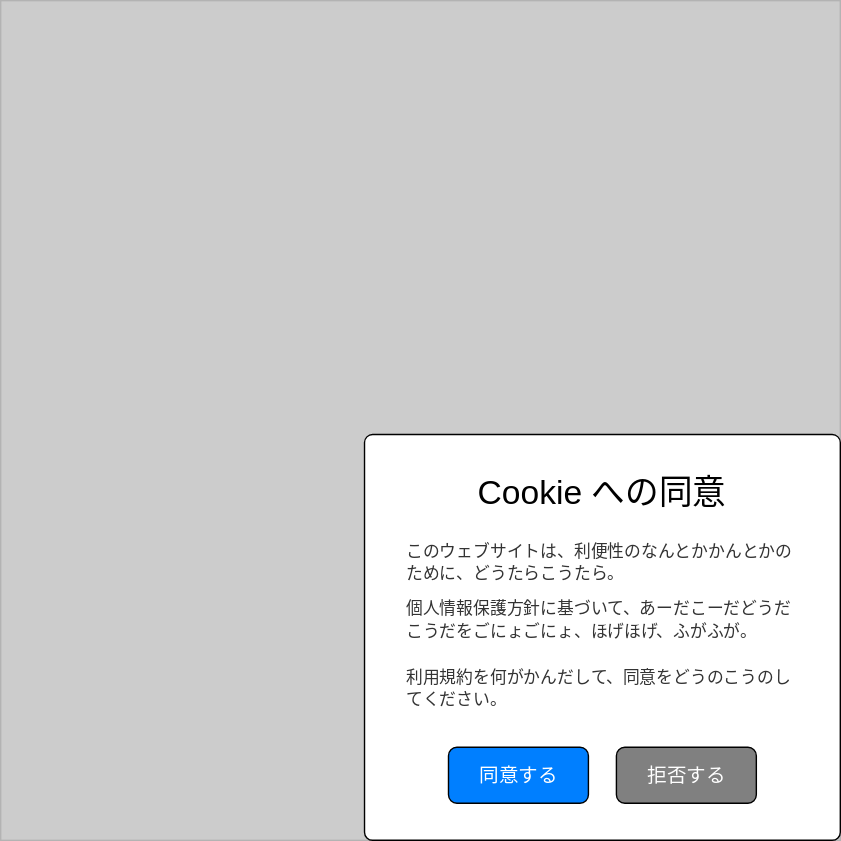
Above: blog.jxck.io/drafts/cookie-notice/cookie-banner-dialog.drawio.svg in Jxck/jxck.io (draw.io), before the change. Source tidied: cells renumbered, new cells last; positions are measured from the earlier drawing's top-left corner, leaving out a move shared by most shapes. Source of this version:
```xml
<mxGraphModel>
  <root>
    <mxCell id="0" />
    <mxCell id="1" parent="0" />
    <mxCell id="2" style="whiteSpace=wrap;html=1;strokeColor=#B3B3B3;fontSize=14;fontColor=#333333;fillColor=#CCCCCC;" parent="1" vertex="1">
      <mxGeometry width="600" height="600" as="geometry" />
    </mxCell>
    <mxCell id="3" style="rounded=1;whiteSpace=wrap;html=1;strokeColor=#000000;fontSize=14;fontColor=#333333;fillColor=#FFFFFF;arcSize=2;" parent="1" vertex="1">
      <mxGeometry x="260" y="310" width="340" height="290" as="geometry" />
    </mxCell>
    <mxCell id="4" value="&lt;font color=&quot;#000000&quot; style=&quot;font-size: 24px;&quot;&gt;Cookie への同意&lt;/font&gt;" style="text;html=1;strokeColor=none;fillColor=none;align=center;verticalAlign=middle;whiteSpace=wrap;rounded=0;" parent="1" vertex="1">
      <mxGeometry x="315" y="336.5" width="230" height="30" as="geometry" />
    </mxCell>
    <mxCell id="5" value="&lt;span style=&quot;color: rgb(51, 51, 51); font-family: Menlo, Monaco, &amp;quot;Courier New&amp;quot;, monospace;&quot;&gt;利用規約を何がかんだして、同意をどうのこうのしてください。&lt;/span&gt;" style="text;html=1;strokeColor=none;fillColor=none;align=left;verticalAlign=middle;whiteSpace=wrap;rounded=0;" parent="1" vertex="1">
      <mxGeometry x="287.5" y="466.5" width="285" height="50" as="geometry" />
    </mxCell>
    <mxCell id="6" value="&lt;span style=&quot;color: rgb(51, 51, 51); font-family: Menlo, Monaco, &amp;quot;Courier New&amp;quot;, monospace;&quot;&gt;個人情報保護方針に基づいて、あーだこーだどうだこうだをごにょごにょ、ほげほげ、ふがふが。&lt;/span&gt;" style="text;html=1;strokeColor=none;fillColor=none;align=left;verticalAlign=middle;whiteSpace=wrap;rounded=0;" parent="1" vertex="1">
      <mxGeometry x="287.5" y="427.5" width="285" height="30" as="geometry" />
    </mxCell>
    <mxCell id="7" value="&lt;span style=&quot;color: rgb(51, 51, 51); font-family: Menlo, Monaco, &amp;quot;Courier New&amp;quot;, monospace;&quot;&gt;このウェブサイトは、利便性のなんとかかんとかのために、どうたらこうたら。&lt;/span&gt;" style="text;html=1;strokeColor=none;fillColor=none;align=left;verticalAlign=middle;whiteSpace=wrap;rounded=0;" parent="1" vertex="1">
      <mxGeometry x="287.5" y="386.5" width="285" height="30" as="geometry" />
    </mxCell>
    <mxCell id="8" style="group;" parent="1" vertex="1">
      <mxGeometry x="320" y="533.5" width="220" height="40" as="geometry" />
    </mxCell>
    <mxCell id="9" style="group;" parent="8" vertex="1">
      <mxGeometry width="100" height="40" as="geometry" />
    </mxCell>
    <mxCell id="10" style="rounded=1;whiteSpace=wrap;html=1;fontSize=24;fillColor=#007FFF;align=center;" parent="9" vertex="1">
      <mxGeometry width="100" height="40" as="geometry" />
    </mxCell>
    <mxCell id="11" value="&lt;font color=&quot;#ffffff&quot;&gt;同意する&lt;/font&gt;" style="text;html=1;strokeColor=none;fillColor=none;align=center;verticalAlign=middle;whiteSpace=wrap;rounded=0;fontSize=14;" parent="9" vertex="1">
      <mxGeometry x="16.7" width="66.7" height="40" as="geometry" />
    </mxCell>
    <mxCell id="12" style="group;" parent="8" vertex="1">
      <mxGeometry x="120" width="100" height="40" as="geometry" />
    </mxCell>
    <mxCell id="13" style="rounded=1;whiteSpace=wrap;html=1;fontSize=24;fillColor=#808080;align=center;" parent="12" vertex="1">
      <mxGeometry width="100" height="40" as="geometry" />
    </mxCell>
    <mxCell id="14" value="&lt;font color=&quot;#ffffff&quot;&gt;拒否する&lt;/font&gt;" style="text;html=1;strokeColor=none;fillColor=none;align=center;verticalAlign=middle;whiteSpace=wrap;rounded=0;fontSize=14;" parent="12" vertex="1">
      <mxGeometry x="16.7" width="66.7" height="40" as="geometry" />
    </mxCell>
  </root>
</mxGraphModel>
```
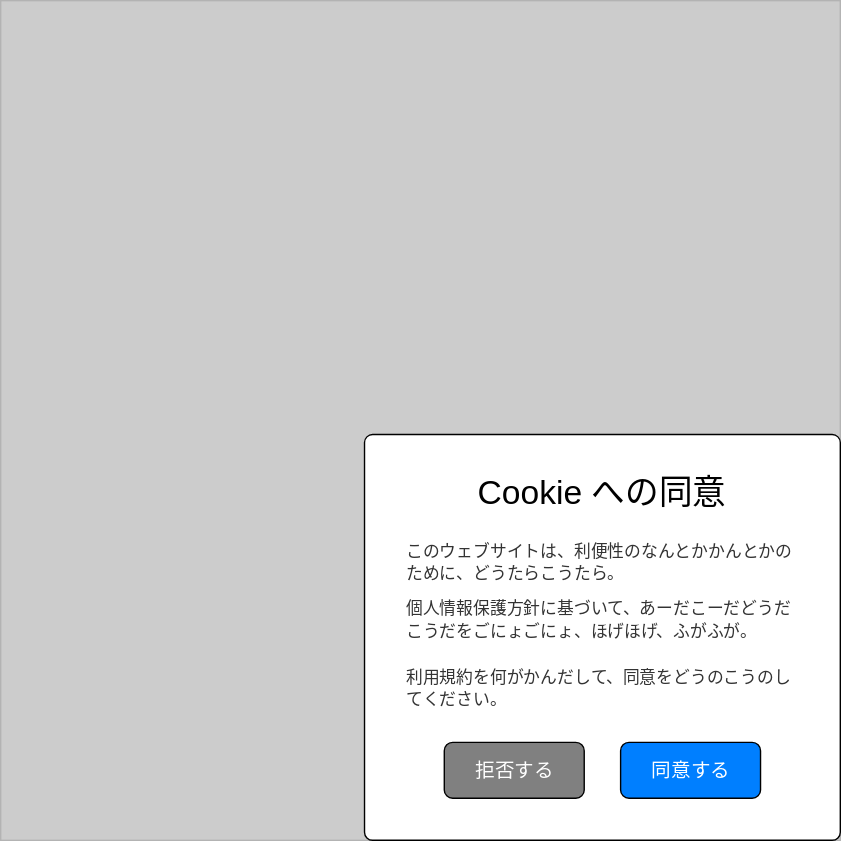
Later version of the same file.

The edit, as a diff of the source:
```diff
@@ -20,20 +20,11 @@
     <mxCell id="7" value="&lt;span style=&quot;color: rgb(51, 51, 51); font-family: Menlo, Monaco, &amp;quot;Courier New&amp;quot;, monospace;&quot;&gt;このウェブサイトは、利便性のなんとかかんとかのために、どうたらこうたら。&lt;/span&gt;" style="text;html=1;strokeColor=none;fillColor=none;align=left;verticalAlign=middle;whiteSpace=wrap;rounded=0;" parent="1" vertex="1">
       <mxGeometry x="287.5" y="386.5" width="285" height="30" as="geometry" />
     </mxCell>
-    <mxCell id="8" style="group;" parent="1" vertex="1">
-      <mxGeometry x="320" y="533.5" width="220" height="40" as="geometry" />
-    </mxCell>
-    <mxCell id="9" style="group;" parent="8" vertex="1">
-      <mxGeometry width="100" height="40" as="geometry" />
-    </mxCell>
-    <mxCell id="10" style="rounded=1;whiteSpace=wrap;html=1;fontSize=24;fillColor=#007FFF;align=center;" parent="9" vertex="1">
-      <mxGeometry width="100" height="40" as="geometry" />
-    </mxCell>
-    <mxCell id="11" value="&lt;font color=&quot;#ffffff&quot;&gt;同意する&lt;/font&gt;" style="text;html=1;strokeColor=none;fillColor=none;align=center;verticalAlign=middle;whiteSpace=wrap;rounded=0;fontSize=14;" parent="9" vertex="1">
-      <mxGeometry x="16.7" width="66.7" height="40" as="geometry" />
-    </mxCell>
+    <mxCell id="15" style="group;" parent="1" vertex="1">
+      <mxGeometry x="317" y="530" width="226" height="40" as="geometry" />
+    </mxCell>
-    <mxCell id="12" style="group;" parent="8" vertex="1">
-      <mxGeometry x="120" width="100" height="40" as="geometry" />
+    <mxCell id="12" style="group;" parent="15" vertex="1">
+      <mxGeometry width="100" height="40" as="geometry" />
     </mxCell>
     <mxCell id="13" style="rounded=1;whiteSpace=wrap;html=1;fontSize=24;fillColor=#808080;align=center;" parent="12" vertex="1">
       <mxGeometry width="100" height="40" as="geometry" />
@@ -41,5 +32,11 @@
     <mxCell id="14" value="&lt;font color=&quot;#ffffff&quot;&gt;拒否する&lt;/font&gt;" style="text;html=1;strokeColor=none;fillColor=none;align=center;verticalAlign=middle;whiteSpace=wrap;rounded=0;fontSize=14;" parent="12" vertex="1">
       <mxGeometry x="16.7" width="66.7" height="40" as="geometry" />
     </mxCell>
+    <mxCell id="10" style="rounded=1;whiteSpace=wrap;html=1;fontSize=24;fillColor=#007FFF;align=center;" parent="15" vertex="1">
+      <mxGeometry x="126" width="100" height="40" as="geometry" />
+    </mxCell>
+    <mxCell id="11" value="&lt;font color=&quot;#ffffff&quot;&gt;同意する&lt;/font&gt;" style="text;html=1;strokeColor=none;fillColor=none;align=center;verticalAlign=middle;whiteSpace=wrap;rounded=0;fontSize=14;" parent="15" vertex="1">
+      <mxGeometry x="142.7" width="66.7" height="40" as="geometry" />
+    </mxCell>
   </root>
 </mxGraphModel>
```
